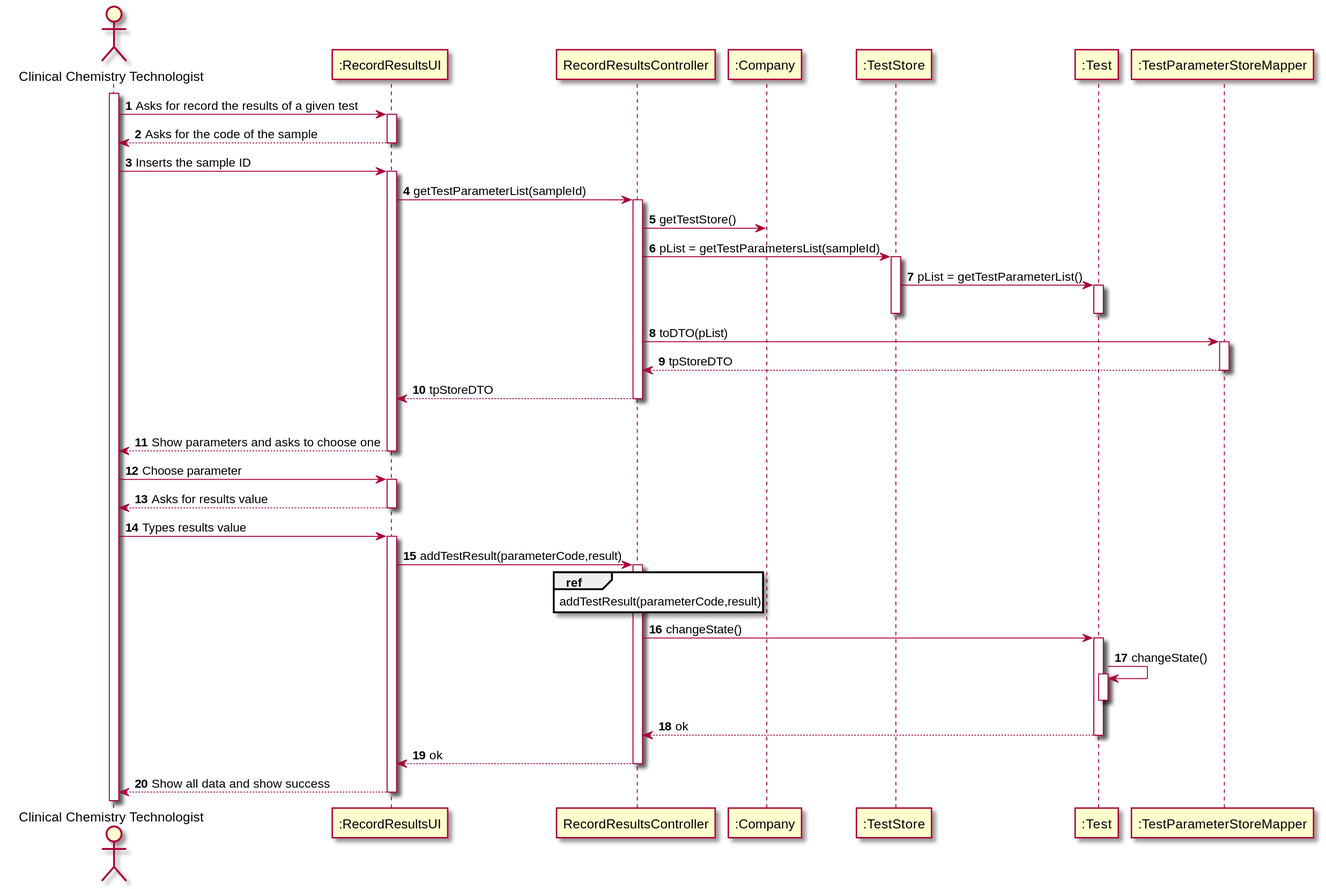
The PlantUML diagram docs/SprintC/US12/US12_SD.svg in MarianaCLages/LAPR2, before a commit. Its diagram source:
```plantuml
@startuml
autonumber
actor "Clinical Chemistry Technologist" as cct
participant ":RecordResultsUI" as UI
participant "RecordResultsController" as ctrl
participant ":Company" as Comp
participant ":TestStore" as tStore
participant ":Test" as Test
participant ":TestParameterStoreMapper" as tpStoreMapper

activate cct
cct -> UI: Asks for record the results of a given test
activate UI
UI --> cct: Asks for the code of the sample
deactivate UI
cct -> UI: Inserts the sample ID
activate UI
UI -> ctrl: getTestParameterList(sampleId)
      activate ctrl
      ctrl -> Comp: getTestStore()
      ctrl -> tStore: pList = getTestParametersList(sampleId)
      activate tStore
      tStore -> Test: pList = getTestParameterList()
      activate Test
      deactivate
      deactivate tStore

      ctrl -> tpStoreMapper: toDTO(pList)
      activate tpStoreMapper

      tpStoreMapper --> ctrl: tpStoreDTO
      deactivate tpStoreMapper
      return tpStoreDTO
      deactivate ctrl
      deactivate tStore
loop for all the parameters
    UI --> cct: Show parameters and asks to choose one
    deactivate UI
    cct -> UI: Choose parameter
    activate UI
    UI --> cct: Asks for results value
    deactivate UI
    cct -> UI: Types results value
    activate UI

    UI -> ctrl: addTestResult(parameterCode,result)
    activate ctrl
   ref over ctrl: addTestResult(parameterCode,result)
ctrl -> Test: changeState()
activate Test
Test -> Test: changeState()
activate Test
deactivate

Test --> ctrl: ok
deactivate
ctrl --> UI : ok
deactivate ctrl


UI --> cct: Show all data and show success
deactivate UI




@enduml
```
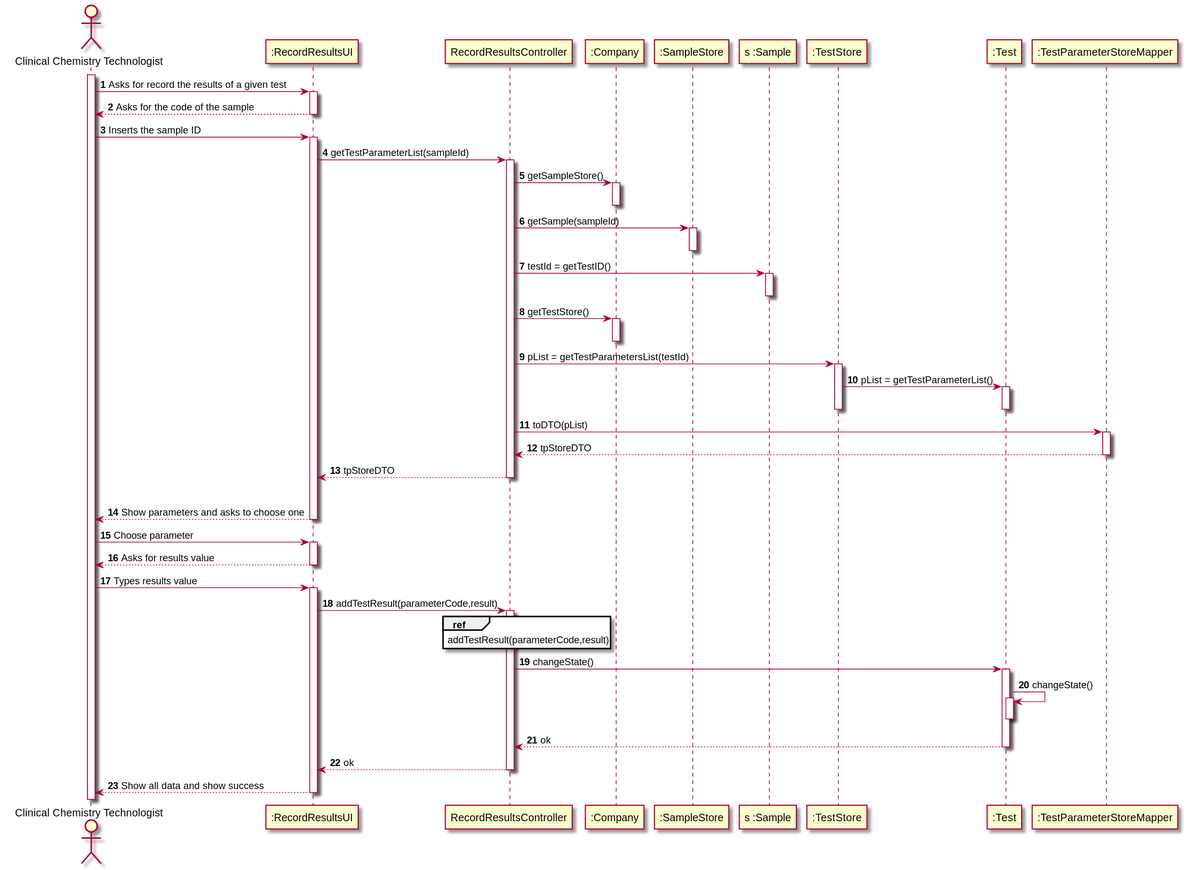
After the change.

What changed in the source:
```diff
@@ -4,6 +4,8 @@
 participant ":RecordResultsUI" as UI
 participant "RecordResultsController" as ctrl
 participant ":Company" as Comp
+participant ":SampleStore" as sStore
+participant "s :Sample" as samp
 participant ":TestStore" as tStore
 participant ":Test" as Test
 participant ":TestParameterStoreMapper" as tpStoreMapper
@@ -17,8 +19,19 @@
 activate UI
 UI -> ctrl: getTestParameterList(sampleId)
       activate ctrl
+      ctrl -> Comp: getSampleStore()
+      activate Comp
+      deactivate
+      ctrl -> sStore: getSample(sampleId)
+      activate sStore
+      deactivate
+      ctrl -> samp: testId = getTestID()
+      activate samp
+      deactivate
       ctrl -> Comp: getTestStore()
-      ctrl -> tStore: pList = getTestParametersList(sampleId)
+      activate Comp
+      deactivate
+      ctrl -> tStore: pList = getTestParametersList(testId)
       activate tStore
       tStore -> Test: pList = getTestParameterList()
       activate Test
```
